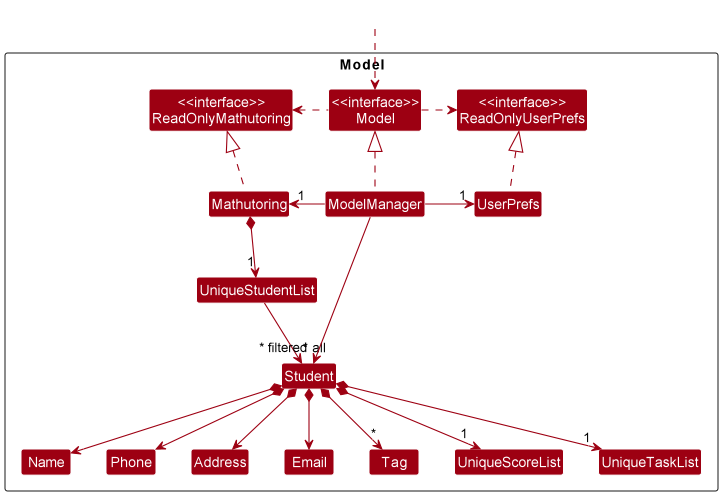
Before: docs/images/DG-images/ModelClassDiagram.png, a diagram exported from PlantUML (nus-cs2103-AY2223S2/tp). Its source is kept beside it as docs/diagrams/ModelClassDiagram.puml. Source of this version:
```plantuml
@startuml
!include style.puml
skinparam arrowThickness 1.1
skinparam arrowColor MODEL_COLOR
skinparam classBackgroundColor MODEL_COLOR

Package Model <<Rectangle>>{
Class "<<interface>>\nReadOnlyMathutoring" as ReadOnlyMathutoring
Class "<<interface>>\nReadOnlyUserPrefs" as ReadOnlyUserPrefs
Class "<<interface>>\nModel" as Model
Class Mathutoring
Class ModelManager
Class UserPrefs

Class UniqueStudentList
Class Student
Class Address
Class Email
Class Name
Class Phone
Class Tag
Class UniqueScoreList
Class UniqueTaskList

}

Class HiddenOutside #FFFFFF
HiddenOutside ..> Model

Mathutoring .up.|> ReadOnlyMathutoring

ModelManager .up.|> Model
Model .right.> ReadOnlyUserPrefs
Model .left.> ReadOnlyMathutoring
ModelManager -left-> "1" Mathutoring
ModelManager -right-> "1" UserPrefs
UserPrefs .up.|> ReadOnlyUserPrefs

Mathutoring *--> "1" UniqueStudentList
UniqueStudentList --> "~* all" Student

Student *--> Name
Student *--> Phone
Student *--> Email
Student *--> Address
Student *--> "*" Tag
Student *--> "1" UniqueTaskList
Student *--> "1" UniqueScoreList

Name -[hidden]right-> Phone
Phone -[hidden]right-> Address
Address -[hidden]right-> Email

ModelManager --> Student
@enduml
```
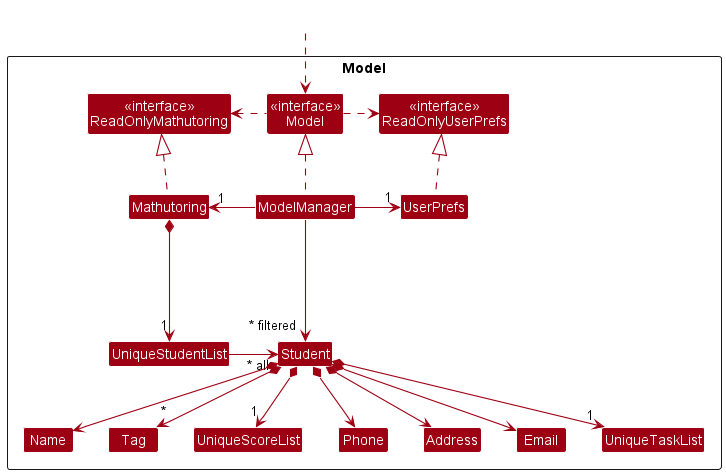
The same diagram one commit later.

Commit message:
Edit ModelClassDiagram diagram

What changed in the source:
```diff
@@ -36,20 +36,21 @@
 ModelManager -right-> "1" UserPrefs
 UserPrefs .up.|> ReadOnlyUserPrefs
 
-Mathutoring *--> "1" UniqueStudentList
-UniqueStudentList --> "~* all" Student
+Mathutoring *---> "1" UniqueStudentList
+UniqueStudentList --left-> "~* all" Student
 
 Student *--> Name
-Student *--> Phone
+Student *--> "2" Phone
 Student *--> Email
 Student *--> Address
 Student *--> "*" Tag
 Student *--> "1" UniqueTaskList
 Student *--> "1" UniqueScoreList
 
-Name -[hidden]right-> Phone
+Name -[hidden]right-> "2" Phone
 Phone -[hidden]right-> Address
 Address -[hidden]right-> Email
+Name -[hidden]up-> UniqueStudentList
 
-ModelManager --> Student
+ModelManager --> "~* filtered" Student
 @enduml
```
